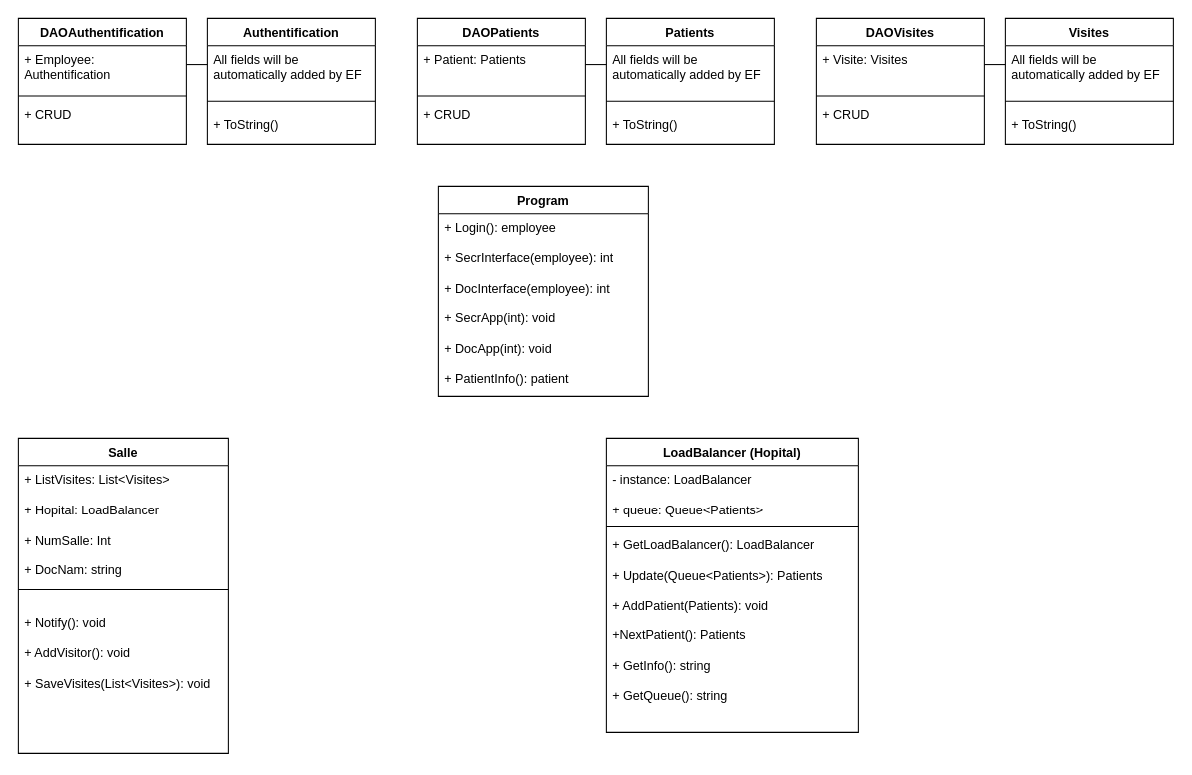
Pierre-Eloi/AJC_ProjetHopital keeps this draw.io diagram as DiagHopital.drawio. Above is the earlier version. Source tidied: cells renumbered, new cells numbered last; positions are measured from the earlier drawing's top-left corner, leaving out a move shared by most shapes. Both pictures are drawn from the tidied source at 105%, with x=0, y=0 at pixel (18, 18).
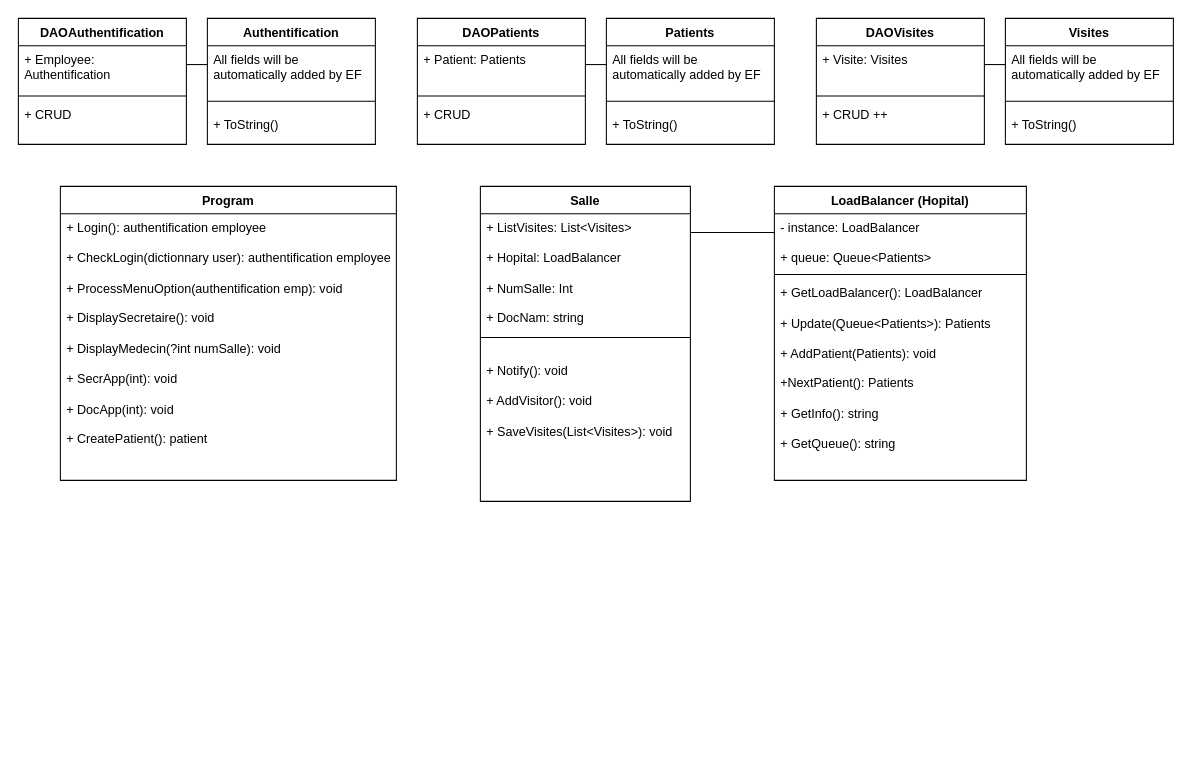
The same page after the edit.

Commit message:
Mettre à jour DiagHopital.drawio

The change refers to these unchanged cells:
```xml
<mxCell id="22" value="DAOVisites" style="swimlane;fontStyle=1;align=center;verticalAlign=top;horizontal=1;startSize=26;whiteSpace=wrap;html=1;" parent="1" vertex="1">
  <mxGeometry x="760" width="160" height="120" as="geometry" />
</mxCell>
```

Diff of the diagram source:
```diff
@@
-    <mxCell id="25" value="+ CRUD" style="text;strokeColor=none;fillColor=none;align=left;verticalAlign=top;spacingLeft=4;spacingRight=4;overflow=hidden;whiteSpace=wrap;html=1;" parent="22" vertex="1">
+    <mxCell id="25" value="+ CRUD ++" style="text;strokeColor=none;fillColor=none;align=left;verticalAlign=top;spacingLeft=4;spacingRight=4;overflow=hidden;whiteSpace=wrap;html=1;" parent="22" vertex="1">
       <mxGeometry y="78" width="160" height="42" as="geometry" />
     </mxCell>
@@
     <mxCell id="29" value="Program" style="swimlane;fontStyle=1;align=center;verticalAlign=top;horizontal=1;startSize=26;whiteSpace=wrap;html=1;" parent="1" vertex="1">
-      <mxGeometry x="400" y="160" width="200" height="200" as="geometry" />
+      <mxGeometry x="40" y="160" width="320" height="280" as="geometry" />
     </mxCell>
-    <mxCell id="30" value="+ Login(): employee&lt;br&gt;&lt;br&gt;+ SecrInterface(employee): int&lt;br&gt;&lt;br&gt;+ DocInterface(employee): int&lt;br&gt;&lt;br&gt;+ SecrApp(int): void&lt;br&gt;&lt;br&gt;+ DocApp(int): void&lt;br&gt;&lt;br&gt;+ PatientInfo(): patient" style="text;strokeColor=none;fillColor=none;align=left;verticalAlign=top;spacingLeft=4;spacingRight=4;overflow=hidden;whiteSpace=wrap;html=1;" parent="29" vertex="1">
-      <mxGeometry y="26" width="200" height="174" as="geometry" />
+    <mxCell id="30" value="+ Login(): authentification employee&lt;br&gt;&lt;br&gt;+ CheckLogin(dictionnary user): authentification employee&lt;br&gt;&lt;br&gt;+&amp;nbsp;ProcessMenuOption(authentification emp): void&lt;br&gt;&lt;br&gt;+ DisplaySecretaire(): void&lt;br&gt;&lt;br&gt;+ DisplayMedecin(?int numSalle): void&lt;br&gt;&lt;br&gt;+ SecrApp(int): void&lt;br&gt;&lt;br&gt;+ DocApp(int): void&lt;br&gt;&lt;br&gt;+ CreatePatient(): patient" style="text;strokeColor=none;fillColor=none;align=left;verticalAlign=top;spacingLeft=4;spacingRight=4;overflow=hidden;whiteSpace=wrap;html=1;" parent="29" vertex="1">
+      <mxGeometry y="26" width="320" height="254" as="geometry" />
     </mxCell>
     <mxCell id="31" value="Salle" style="swimlane;fontStyle=1;align=center;verticalAlign=top;horizontal=1;startSize=26;whiteSpace=wrap;html=1;" parent="1" vertex="1">
-      <mxGeometry y="400" width="200" height="300" as="geometry" />
+      <mxGeometry x="440" y="160" width="200" height="300" as="geometry" />
     </mxCell>
@@
     <mxCell id="35" value="LoadBalancer (Hopital)" style="swimlane;fontStyle=1;align=center;verticalAlign=top;horizontal=1;startSize=26;whiteSpace=wrap;html=1;" parent="1" vertex="1">
-      <mxGeometry x="560" y="400" width="240" height="280" as="geometry" />
+      <mxGeometry x="720" y="160" width="240" height="280" as="geometry" />
     </mxCell>
@@
+    <mxCell id="39" style="line;strokeWidth=1;fillColor=none;align=left;verticalAlign=middle;spacingTop=-1;spacingLeft=3;spacingRight=3;labelPosition=right;strokeColor=inherit;" parent="1" vertex="1">
+      <mxGeometry x="640" y="200" width="80" height="8" as="geometry" />
+    </mxCell>
```
